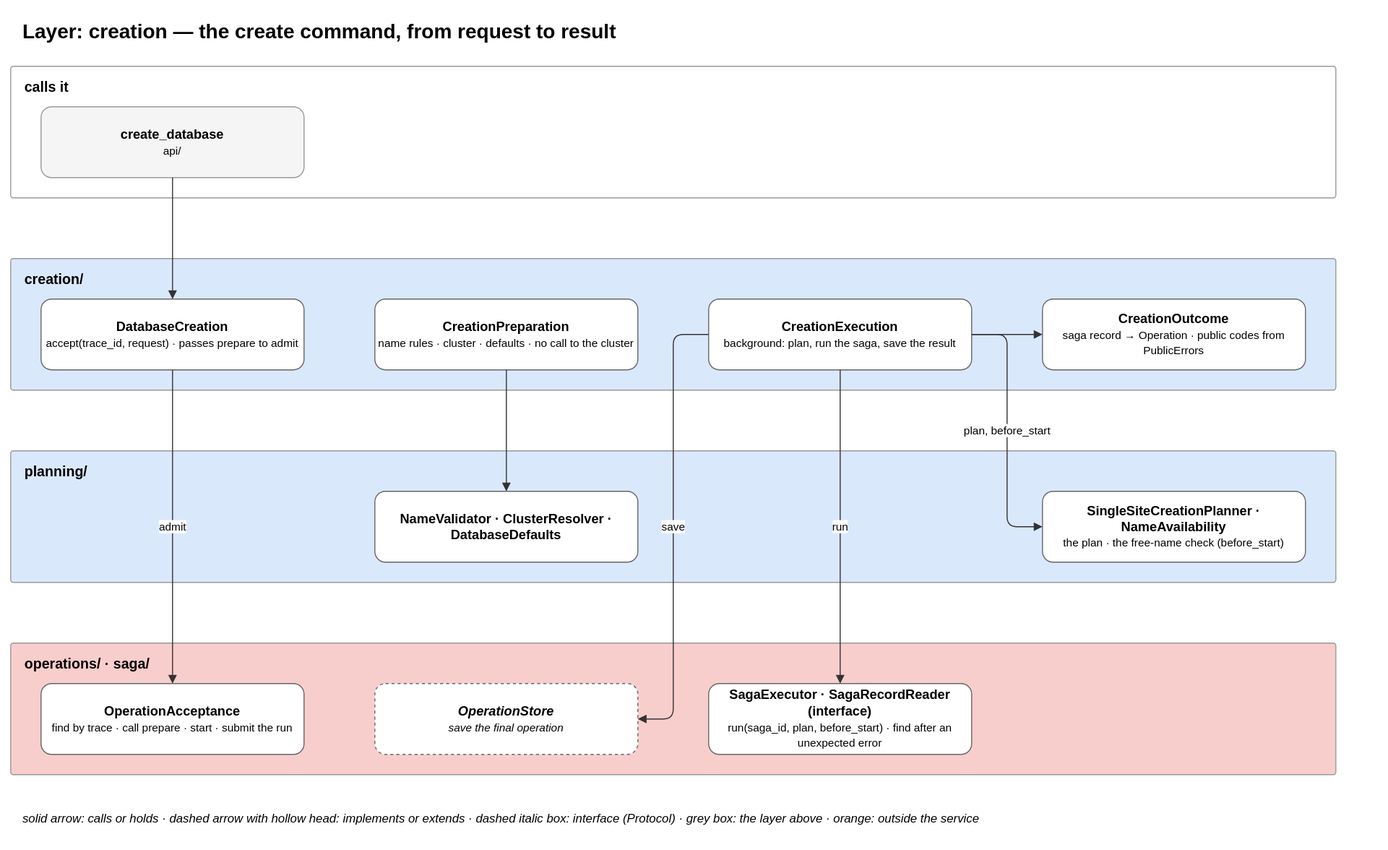
EliShteinman/redis-enterprise-services keeps this draw.io diagram as docs/diagrams/04-layer-creation.drawio.svg. Above is the earlier version. Source tidied: cells renumbered, new cells last; positions are measured from the earlier drawing's top-left corner, leaving out a move shared by most shapes.
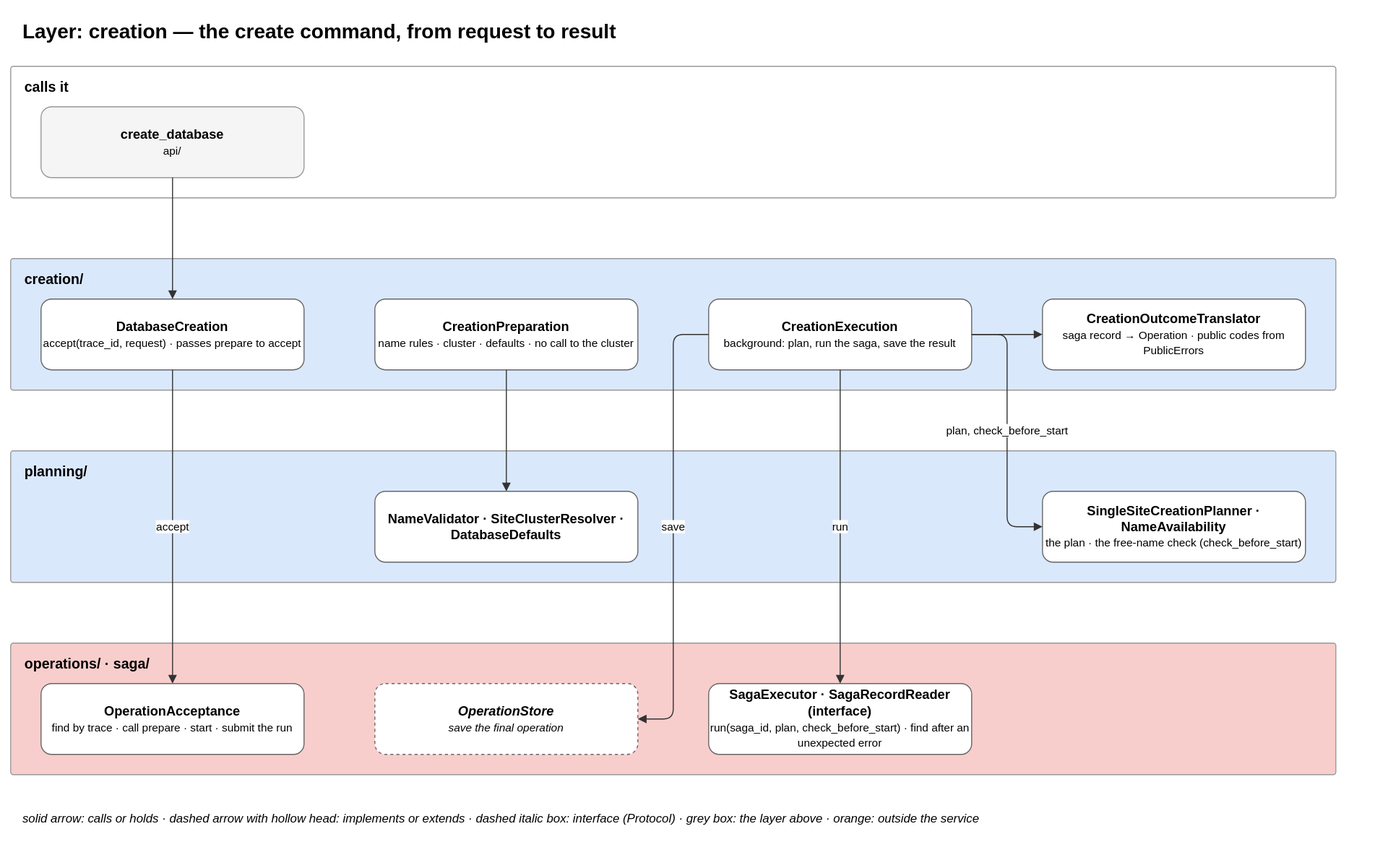
Above is the later version.

Change to the diagram source:
```diff
@@ -14,7 +14,7 @@
     <mxCell id="5" value="&lt;b&gt;creation/&lt;/b&gt;" style="rounded=1;arcSize=2;fillColor=#dae8fc;strokeColor=#999999;verticalAlign=top;align=left;spacingLeft=12;spacingTop=6;html=1;fontSize=14;" parent="1" vertex="1">
       <mxGeometry y="245" width="1310" height="130" as="geometry" />
     </mxCell>
-    <mxCell id="6" value="&lt;b&gt;DatabaseCreation&lt;/b&gt;&lt;br&gt;&lt;font style='font-size:11px'&gt;accept(trace_id, request) · passes prepare to admit&lt;/font&gt;" style="rounded=1;whiteSpace=wrap;html=1;fillColor=#ffffff;strokeColor=#666666;fontSize=13;" parent="1" vertex="1">
+    <mxCell id="6" value="&lt;b&gt;DatabaseCreation&lt;/b&gt;&lt;br&gt;&lt;font style='font-size:11px'&gt;accept(trace_id, request) · passes prepare to accept&lt;/font&gt;" style="rounded=1;whiteSpace=wrap;html=1;fillColor=#ffffff;strokeColor=#666666;fontSize=13;" parent="1" vertex="1">
       <mxGeometry x="30" y="285" width="260" height="70" as="geometry" />
     </mxCell>
     <mxCell id="7" value="&lt;b&gt;CreationPreparation&lt;/b&gt;&lt;br&gt;&lt;font style='font-size:11px'&gt;name rules · cluster · defaults · no call to the cluster&lt;/font&gt;" style="rounded=1;whiteSpace=wrap;html=1;fillColor=#ffffff;strokeColor=#666666;fontSize=13;" parent="1" vertex="1">
@@ -23,16 +23,16 @@
     <mxCell id="8" value="&lt;b&gt;CreationExecution&lt;/b&gt;&lt;br&gt;&lt;font style='font-size:11px'&gt;background: plan, run the saga, save the result&lt;/font&gt;" style="rounded=1;whiteSpace=wrap;html=1;fillColor=#ffffff;strokeColor=#666666;fontSize=13;" parent="1" vertex="1">
       <mxGeometry x="690" y="285" width="260" height="70" as="geometry" />
     </mxCell>
-    <mxCell id="9" value="&lt;b&gt;CreationOutcome&lt;/b&gt;&lt;br&gt;&lt;font style='font-size:11px'&gt;saga record → Operation · public codes from PublicErrors&lt;/font&gt;" style="rounded=1;whiteSpace=wrap;html=1;fillColor=#ffffff;strokeColor=#666666;fontSize=13;" parent="1" vertex="1">
+    <mxCell id="9" value="&lt;b&gt;CreationOutcomeTranslator&lt;/b&gt;&lt;br&gt;&lt;font style='font-size:11px'&gt;saga record → Operation · public codes from PublicErrors&lt;/font&gt;" style="rounded=1;whiteSpace=wrap;html=1;fillColor=#ffffff;strokeColor=#666666;fontSize=13;" parent="1" vertex="1">
       <mxGeometry x="1020" y="285" width="260" height="70" as="geometry" />
     </mxCell>
     <mxCell id="10" value="&lt;b&gt;planning/&lt;/b&gt;" style="rounded=1;arcSize=2;fillColor=#dae8fc;strokeColor=#999999;verticalAlign=top;align=left;spacingLeft=12;spacingTop=6;html=1;fontSize=14;" parent="1" vertex="1">
       <mxGeometry y="435" width="1310" height="130" as="geometry" />
     </mxCell>
-    <mxCell id="11" value="&lt;b&gt;NameValidator · ClusterResolver · DatabaseDefaults&lt;/b&gt;" style="rounded=1;whiteSpace=wrap;html=1;fillColor=#ffffff;strokeColor=#666666;fontSize=13;" parent="1" vertex="1">
+    <mxCell id="11" value="&lt;b&gt;NameValidator · SiteClusterResolver · DatabaseDefaults&lt;/b&gt;" style="rounded=1;whiteSpace=wrap;html=1;fillColor=#ffffff;strokeColor=#666666;fontSize=13;" parent="1" vertex="1">
       <mxGeometry x="360" y="475" width="260" height="70" as="geometry" />
     </mxCell>
-    <mxCell id="12" value="&lt;b&gt;SingleSiteCreationPlanner · NameAvailability&lt;/b&gt;&lt;br&gt;&lt;font style='font-size:11px'&gt;the plan · the free-name check (before_start)&lt;/font&gt;" style="rounded=1;whiteSpace=wrap;html=1;fillColor=#ffffff;strokeColor=#666666;fontSize=13;" parent="1" vertex="1">
+    <mxCell id="12" value="&lt;b&gt;SingleSiteCreationPlanner · NameAvailability&lt;/b&gt;&lt;br&gt;&lt;font style='font-size:11px'&gt;the plan · the free-name check (check_before_start)&lt;/font&gt;" style="rounded=1;whiteSpace=wrap;html=1;fillColor=#ffffff;strokeColor=#666666;fontSize=13;" parent="1" vertex="1">
       <mxGeometry x="1020" y="475" width="260" height="70" as="geometry" />
     </mxCell>
     <mxCell id="13" value="&lt;b&gt;operations/ · saga/&lt;/b&gt;" style="rounded=1;arcSize=2;fillColor=#f8cecc;strokeColor=#999999;verticalAlign=top;align=left;spacingLeft=12;spacingTop=6;html=1;fontSize=14;" parent="1" vertex="1">
@@ -44,19 +44,19 @@
     <mxCell id="15" value="&lt;b&gt;OperationStore&lt;/b&gt;&lt;br&gt;&lt;font style='font-size:11px'&gt;save the final operation&lt;/font&gt;" style="rounded=1;whiteSpace=wrap;html=1;fillColor=#ffffff;strokeColor=#666666;fontSize=13;dashed=1;fontStyle=2;" parent="1" vertex="1">
       <mxGeometry x="360" y="665" width="260" height="70" as="geometry" />
     </mxCell>
-    <mxCell id="16" value="&lt;b&gt;SagaExecutor · SagaRecordReader (interface)&lt;/b&gt;&lt;br&gt;&lt;font style='font-size:11px'&gt;run(saga_id, plan, before_start) · find after an unexpected error&lt;/font&gt;" style="rounded=1;whiteSpace=wrap;html=1;fillColor=#ffffff;strokeColor=#666666;fontSize=13;" parent="1" vertex="1">
+    <mxCell id="16" value="&lt;b&gt;SagaExecutor · SagaRecordReader (interface)&lt;/b&gt;&lt;br&gt;&lt;font style='font-size:11px'&gt;run(saga_id, plan, check_before_start) · find after an unexpected error&lt;/font&gt;" style="rounded=1;whiteSpace=wrap;html=1;fillColor=#ffffff;strokeColor=#666666;fontSize=13;" parent="1" vertex="1">
       <mxGeometry x="690" y="665" width="260" height="70" as="geometry" />
     </mxCell>
     <mxCell id="17" style="edgeStyle=orthogonalEdgeStyle;rounded=1;html=1;fontSize=11;labelBackgroundColor=#ffffff;exitX=0.5;exitY=1;entryX=0.5;entryY=0;endArrow=block;strokeColor=#333333;" parent="1" edge="1" source="4" target="6">
       <mxGeometry relative="1" as="geometry" />
     </mxCell>
-    <mxCell id="18" value="admit" style="edgeStyle=orthogonalEdgeStyle;rounded=1;html=1;fontSize=11;labelBackgroundColor=#ffffff;exitX=0.5;exitY=1;entryX=0.5;entryY=0;endArrow=block;strokeColor=#333333;" parent="1" edge="1" source="6" target="14">
+    <mxCell id="18" value="accept" style="edgeStyle=orthogonalEdgeStyle;rounded=1;html=1;fontSize=11;labelBackgroundColor=#ffffff;exitX=0.5;exitY=1;entryX=0.5;entryY=0;endArrow=block;strokeColor=#333333;" parent="1" edge="1" source="6" target="14">
       <mxGeometry relative="1" as="geometry" />
     </mxCell>
     <mxCell id="19" style="edgeStyle=orthogonalEdgeStyle;rounded=1;html=1;fontSize=11;labelBackgroundColor=#ffffff;exitX=0.5;exitY=1;entryX=0.5;entryY=0;endArrow=block;strokeColor=#333333;" parent="1" edge="1" source="7" target="11">
       <mxGeometry relative="1" as="geometry" />
     </mxCell>
-    <mxCell id="20" value="plan, before_start" style="edgeStyle=orthogonalEdgeStyle;rounded=1;html=1;fontSize=11;labelBackgroundColor=#ffffff;exitX=1;exitY=0.5;entryX=0;entryY=0.5;endArrow=block;strokeColor=#333333;" parent="1" edge="1" source="8" target="12">
+    <mxCell id="20" value="plan, check_before_start" style="edgeStyle=orthogonalEdgeStyle;rounded=1;html=1;fontSize=11;labelBackgroundColor=#ffffff;exitX=1;exitY=0.5;entryX=0;entryY=0.5;endArrow=block;strokeColor=#333333;" parent="1" edge="1" source="8" target="12">
       <mxGeometry relative="1" as="geometry" />
     </mxCell>
     <mxCell id="21" value="run" style="edgeStyle=orthogonalEdgeStyle;rounded=1;html=1;fontSize=11;labelBackgroundColor=#ffffff;exitX=0.5;exitY=1;entryX=0.5;entryY=0;endArrow=block;strokeColor=#333333;" parent="1" edge="1" source="8" target="16">
```
